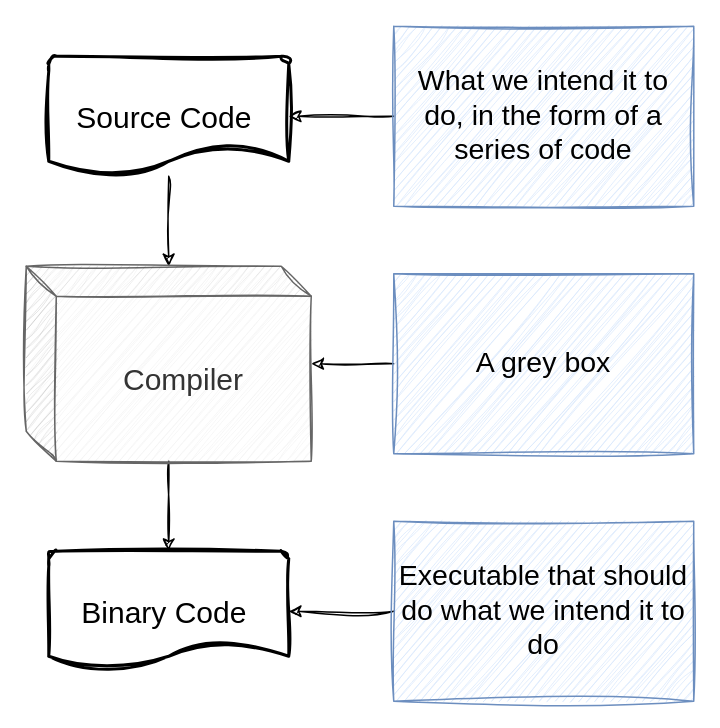
GloC99/diagrams keeps this draw.io diagram as compiler and code.drawio. Above is the earlier version. Source tidied: cells renumbered, new cells numbered last; positions are measured from the earlier drawing's top-left corner, leaving out a move shared by most shapes. Both pictures are drawn from the tidied source at 150%, with x=0, y=0 at pixel (26, 26).
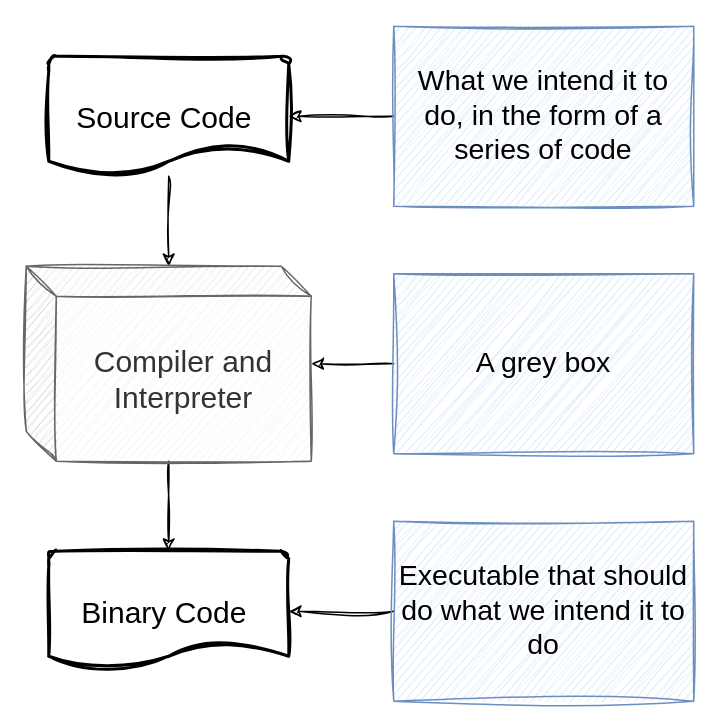
The same diagram, later.

Diff of the diagram source:
```diff
@@
 <mxGraphModel>
   <root>
     <mxCell id="0" />
     <mxCell id="1" parent="0" />
     <mxCell id="2" style="edgeStyle=orthogonalEdgeStyle;rounded=0;jettySize=auto;html=1;flowAnimation=0;sketch=1;curveFitting=1;jiggle=2;" parent="1" edge="1" source="3" target="5">
       <mxGeometry relative="1" as="geometry" />
     </mxCell>
     <mxCell id="3" value="&lt;span style=&quot;font-size: 20px;&quot;&gt;Source Code&amp;nbsp;&lt;/span&gt;" style="strokeWidth=2;html=1;shape=mxgraph.flowchart.document2;whiteSpace=wrap;size=0.25;sketch=1;curveFitting=1;jiggle=2;" parent="1" vertex="1">
       <mxGeometry x="15" y="20" width="160" height="80" as="geometry" />
     </mxCell>
     <mxCell id="4" style="edgeStyle=orthogonalEdgeStyle;rounded=0;jettySize=auto;html=1;sketch=1;curveFitting=1;jiggle=2;entryX=0.5;entryY=0;entryDx=0;entryDy=0;entryPerimeter=0;" parent="1" edge="1" source="5" target="6">
       <mxGeometry relative="1" as="geometry" />
     </mxCell>
-    <mxCell id="5" value="&lt;font style=&quot;font-size: 20px;&quot;&gt;Compiler&lt;/font&gt;" style="shape=cube;whiteSpace=wrap;html=1;boundedLbl=1;backgroundOutline=1;darkOpacity=0.05;darkOpacity2=0.1;sketch=1;curveFitting=1;jiggle=2;fillColor=#f5f5f5;fontColor=#333333;strokeColor=#666666;" parent="1" vertex="1">
+    <mxCell id="5" value="&lt;font style=&quot;font-size: 20px;&quot;&gt;Compiler and Interpreter&lt;/font&gt;" style="shape=cube;whiteSpace=wrap;html=1;boundedLbl=1;backgroundOutline=1;darkOpacity=0.05;darkOpacity2=0.1;sketch=1;curveFitting=1;jiggle=2;fillColor=#f5f5f5;fontColor=#333333;strokeColor=#666666;" parent="1" vertex="1">
       <mxGeometry y="160" width="190" height="130" as="geometry" />
     </mxCell>
     <mxCell id="6" value="&lt;span style=&quot;font-size: 20px;&quot;&gt;Binary Code&amp;nbsp;&lt;/span&gt;" style="strokeWidth=2;html=1;shape=mxgraph.flowchart.document2;whiteSpace=wrap;size=0.25;sketch=1;curveFitting=1;jiggle=2;" parent="1" vertex="1">
       <mxGeometry x="15" y="350" width="160" height="80" as="geometry" />
     </mxCell>
     <mxCell id="7" style="edgeStyle=orthogonalEdgeStyle;rounded=0;jettySize=auto;html=1;sketch=1;curveFitting=1;jiggle=2;" parent="1" edge="1" source="8" target="3">
       <mxGeometry relative="1" as="geometry" />
     </mxCell>
     <mxCell id="8" value="&lt;font style=&quot;font-size: 19px;&quot;&gt;What we intend it to do, in the form of a series of code&lt;/font&gt;" style="text;html=1;align=center;verticalAlign=middle;whiteSpace=wrap;rounded=0;fillColor=#dae8fc;strokeColor=#6c8ebf;glass=0;sketch=1;curveFitting=1;jiggle=2;" parent="1" vertex="1">
       <mxGeometry x="245" width="200" height="120" as="geometry" />
     </mxCell>
     <mxCell id="9" style="edgeStyle=orthogonalEdgeStyle;rounded=0;jettySize=auto;html=1;sketch=1;curveFitting=1;jiggle=2;" parent="1" edge="1" source="10" target="5">
       <mxGeometry relative="1" as="geometry" />
     </mxCell>
     <mxCell id="10" value="&lt;font style=&quot;font-size: 19px;&quot;&gt;A grey box&lt;/font&gt;" style="text;html=1;align=center;verticalAlign=middle;whiteSpace=wrap;rounded=0;fillColor=#dae8fc;strokeColor=#6c8ebf;glass=0;sketch=1;curveFitting=1;jiggle=2;" parent="1" vertex="1">
       <mxGeometry x="245" y="165" width="200" height="120" as="geometry" />
     </mxCell>
     <mxCell id="11" style="edgeStyle=orthogonalEdgeStyle;rounded=0;jettySize=auto;html=1;sketch=1;curveFitting=1;jiggle=2;" parent="1" edge="1" source="12" target="6">
       <mxGeometry relative="1" as="geometry" />
     </mxCell>
     <mxCell id="12" value="&lt;font style=&quot;font-size: 19px;&quot;&gt;Executable that should do what we intend it to do&lt;/font&gt;" style="text;html=1;align=center;verticalAlign=middle;whiteSpace=wrap;rounded=0;fillColor=#dae8fc;strokeColor=#6c8ebf;glass=0;sketch=1;curveFitting=1;jiggle=2;" parent="1" vertex="1">
       <mxGeometry x="245" y="330" width="200" height="120" as="geometry" />
     </mxCell>
   </root>
 </mxGraphModel>
```
